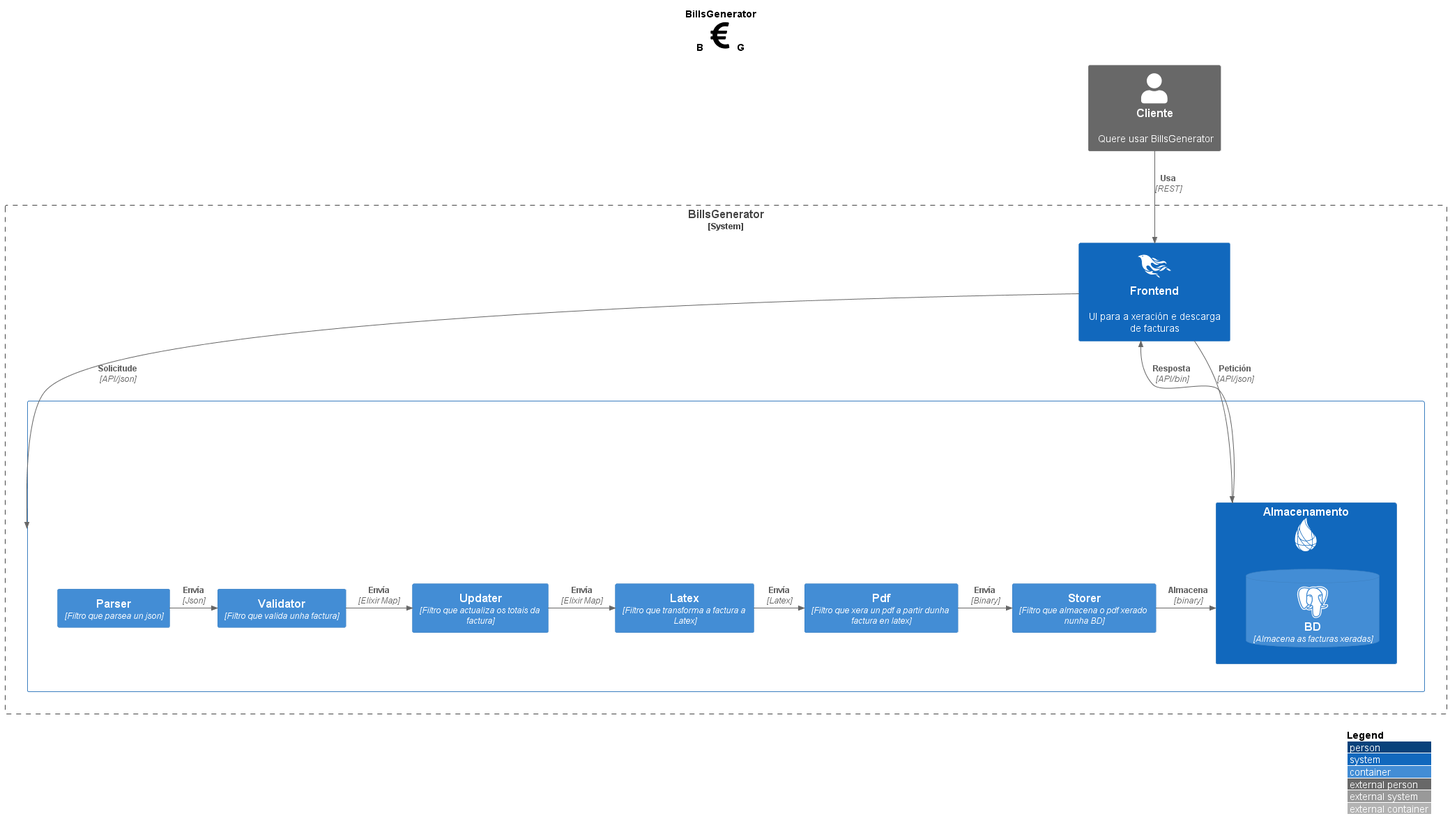
alejandrobujan/bills_generator keeps this PlantUML diagram as documentacion/BillsGeneratorC2.png. Above is the earlier version.
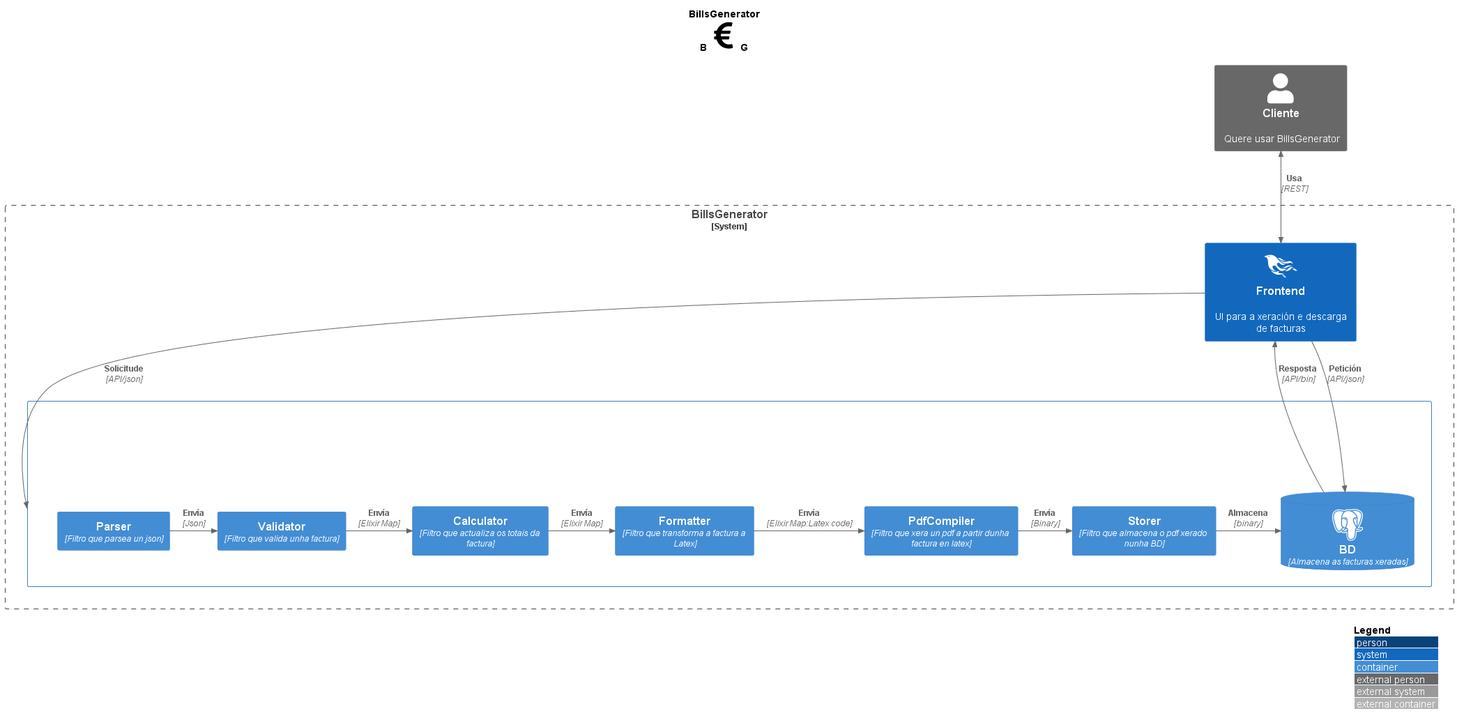
After the change.

What changed in the source:
```diff
@@ -19,31 +19,29 @@
 Person_Ext(cliente, "Cliente", "Quere usar BillsGenerator")
 
 AddElementTag("Branco",$bgColor="white")
-
+AddElementTag("Gris",$bgColor="grey")
 System_Boundary(sistema, "BillsGenerator") {
   System(frontend,"Frontend","UI para a xeración e descarga de facturas",$sprite="phoenix")
   System(backend, "Backend", "Xestiona facturas a nome dun cliente polo compra de distintos produtos",$sprite="elixir",$tags="branco"){
 Container(filtroValidator,"Validator","Filtro que valida unha factura")
 Container(filtroParser,"Parser","Filtro que parsea un json")
-Container(filtroUpdate,"Updater","Filtro que actualiza os totais da factura")
-Container(filtroGenerateLatex,"Latex","Filtro que transforma a factura a Latex")
-Container(filtroGeneratePdf,"Pdf","Filtro que xera un pdf a partir dunha factura en latex")
+Container(filtroUpdate,"Calculator","Filtro que actualiza os totais da factura")
+Container(filtroGenerateLatex,"Formatter","Filtro que transforma a factura a Latex")
+Container(filtroGeneratePdf,"PdfCompiler","Filtro que xera un pdf a partir dunha factura en latex")
 Container(filtroStore,"Storer","Filtro que almacena o pdf xerado nunha BD")
-  System(persistencia,"Almacenamento\n<$elixir>"){
-    ContainerDb(bd,"BD","Almacena as facturas xeradas",$sprite="postgresql")
-  }
+ContainerDb(bd,"BD","Almacena as facturas xeradas",$sprite="postgresql")
 }
 }
 
-Rel_D(cliente, frontend, "Usa", "REST")
+BiRel_D(cliente, frontend, "Usa", "REST")
 Rel_R(frontend,backend,"Solicitude","API/json")
-Rel_R(filtroStore,persistencia,"Almacena","binary")
-Rel_U(persistencia,frontend,"Resposta","API/bin")
-Rel_D(frontend,persistencia,"Petición","API/json")
+Rel_R(filtroStore,bd,"Almacena","binary")
+Rel_U(bd,frontend,"Resposta","API/bin")
+Rel_D(frontend,bd,"Petición","API/json")
 Rel_R(filtroParser,filtroValidator,"Envía","Json")
 Rel_R(filtroValidator,filtroUpdate,"Envía","Elixir Map")
 Rel_R(filtroUpdate,filtroGenerateLatex,"Envía","Elixir Map")
-Rel_R(filtroGenerateLatex,filtroGeneratePdf,"Envía","Latex")
+Rel_R(filtroGenerateLatex,filtroGeneratePdf,"Envía","Elixir Map:Latex code")
 Rel_R(filtroGeneratePdf,filtroStore,"Envía","Binary")
 
 @enduml
```
